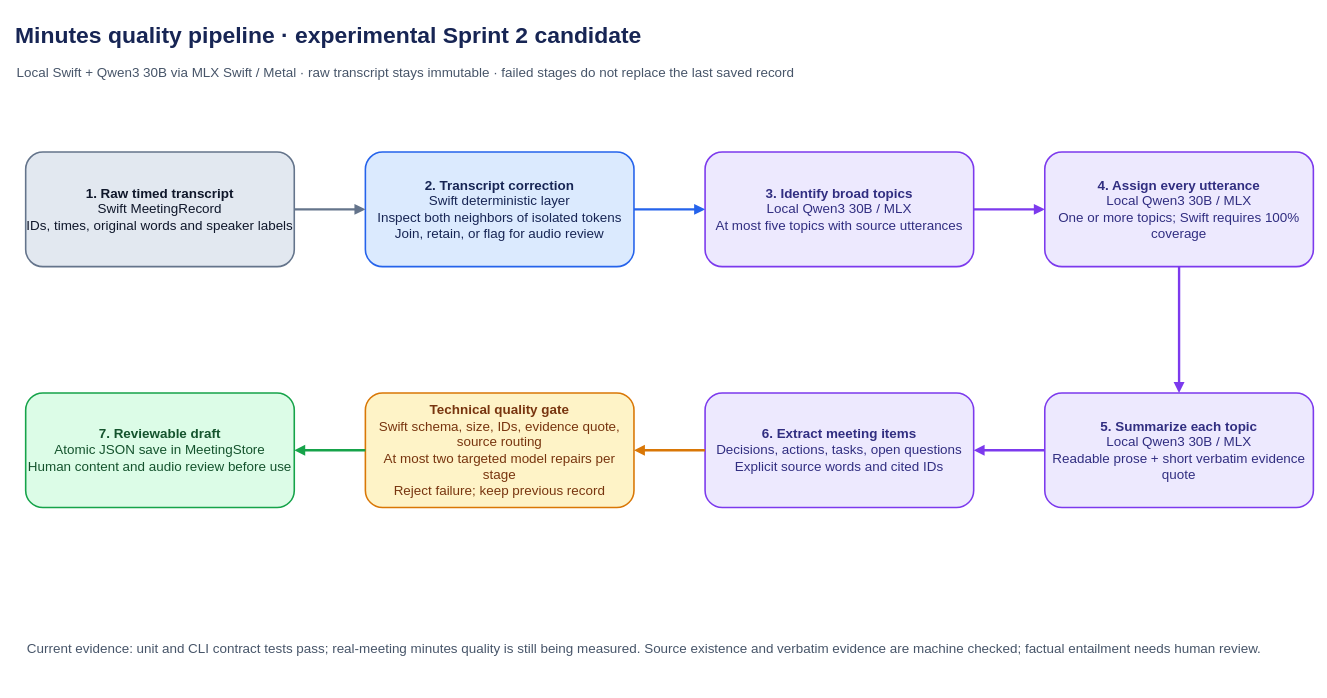
This is page "Minutes quality controls" (2 of 2) of docs/architecture_overview.drawio from rstyczynski/meeting_minutes, a draw.io file, before an edit. Source tidied: cells renumbered, new cells numbered last; positions are measured from the earlier drawing's top-left corner, leaving out a move shared by most shapes. Both pictures are drawn from the tidied source at 79%, with x=0, y=0 at pixel (13, 13).
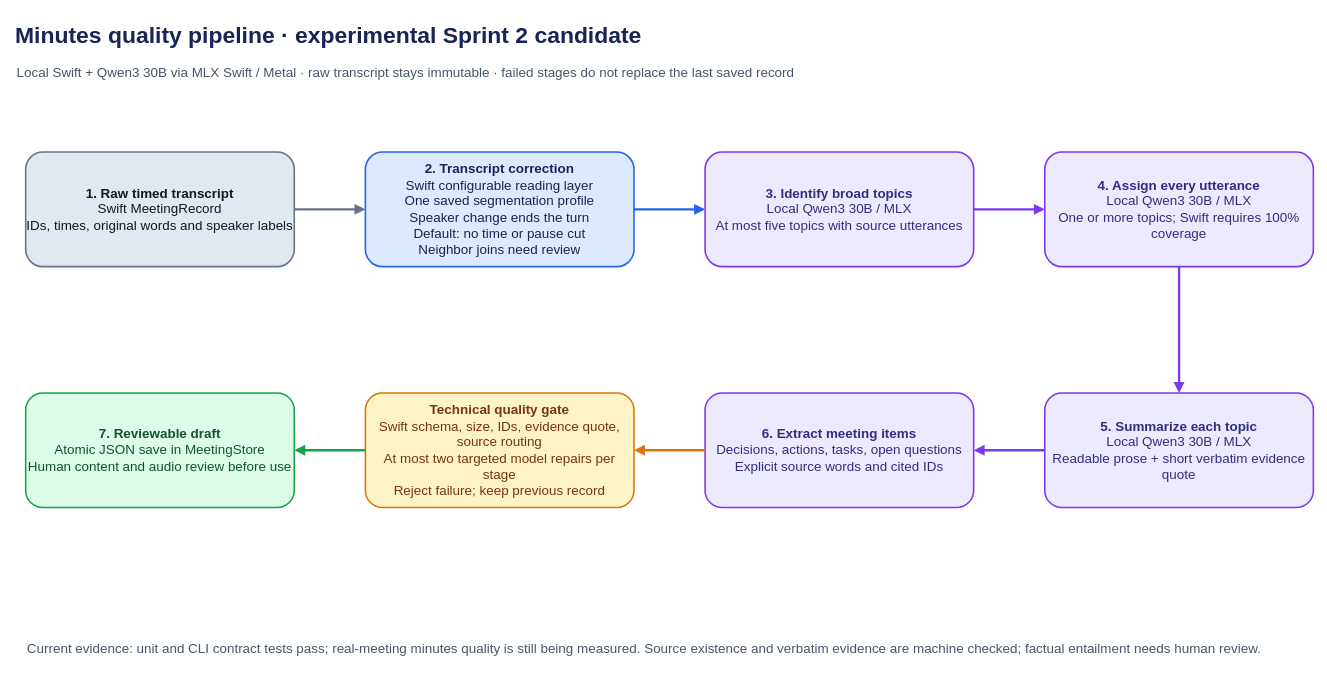
After the change.

Diff of the diagram source:
```diff
@@
 <mxGraphModel>
   <root>
     <mxCell id="0" />
     <mxCell id="1" parent="0" />
     <mxCell id="2" value="Minutes quality pipeline · experimental Sprint 2 candidate" style="text;html=1;align=left;verticalAlign=middle;fontFamily=Helvetica;fontSize=29;fontStyle=1;fontColor=#172554;" parent="1" vertex="1">
       <mxGeometry width="1500" height="55" as="geometry" />
     </mxCell>
     <mxCell id="3" value="Local Swift + Qwen3 30B via MLX Swift / Metal · raw transcript stays immutable · failed stages do not replace the last saved record" style="text;html=1;align=left;verticalAlign=middle;fontFamily=Helvetica;fontSize=17;fontColor=#475569;" parent="1" vertex="1">
       <mxGeometry x="2" y="57" width="1550" height="35" as="geometry" />
     </mxCell>
     <mxCell id="4" value="&lt;b&gt;1. Raw timed transcript&lt;/b&gt;&lt;br&gt;Swift MeetingRecord&lt;br&gt;IDs, times, original words and speaker labels" style="rounded=1;whiteSpace=wrap;html=1;fillColor=#E2E8F0;strokeColor=#64748B;strokeWidth=2;align=center;verticalAlign=middle;fontFamily=Helvetica;fontSize=17;fontColor=#0F172A;" parent="1" vertex="1">
       <mxGeometry x="15" y="175" width="340" height="145" as="geometry" />
     </mxCell>
-    <mxCell id="5" value="&lt;b&gt;2. Transcript correction&lt;/b&gt;&lt;br&gt;Swift deterministic layer&lt;br&gt;Inspect both neighbors of isolated tokens&lt;br&gt;Join, retain, or flag for audio review" style="rounded=1;whiteSpace=wrap;html=1;fillColor=#DBEAFE;strokeColor=#2563EB;strokeWidth=2;align=center;verticalAlign=middle;fontFamily=Helvetica;fontSize=17;fontColor=#172554;" parent="1" vertex="1">
+    <mxCell id="5" value="&lt;b&gt;2. Transcript correction&lt;/b&gt;&lt;br&gt;Swift configurable reading layer&lt;br&gt;One saved segmentation profile&lt;br&gt;Speaker change ends the turn&lt;br&gt;Default: no time or pause cut&lt;br&gt;Neighbor joins need review" style="rounded=1;whiteSpace=wrap;html=1;fillColor=#DBEAFE;strokeColor=#2563EB;strokeWidth=2;align=center;verticalAlign=middle;fontFamily=Helvetica;fontSize=17;fontColor=#172554;" parent="1" vertex="1">
       <mxGeometry x="445" y="175" width="340" height="145" as="geometry" />
     </mxCell>
     <mxCell id="6" value="&lt;b&gt;3. Identify broad topics&lt;/b&gt;&lt;br&gt;Local Qwen3 30B / MLX&lt;br&gt;At most five topics with source utterances" style="rounded=1;whiteSpace=wrap;html=1;fillColor=#EDE9FE;strokeColor=#7C3AED;strokeWidth=2;align=center;verticalAlign=middle;fontFamily=Helvetica;fontSize=17;fontColor=#312E81;" parent="1" vertex="1">
       <mxGeometry x="875" y="175" width="340" height="145" as="geometry" />
     </mxCell>
     <mxCell id="7" value="&lt;b&gt;4. Assign every utterance&lt;/b&gt;&lt;br&gt;Local Qwen3 30B / MLX&lt;br&gt;One or more topics; Swift requires 100% coverage" style="rounded=1;whiteSpace=wrap;html=1;fillColor=#EDE9FE;strokeColor=#7C3AED;strokeWidth=2;align=center;verticalAlign=middle;fontFamily=Helvetica;fontSize=17;fontColor=#312E81;" parent="1" vertex="1">
       <mxGeometry x="1305" y="175" width="340" height="145" as="geometry" />
     </mxCell>
     <mxCell id="8" value="&lt;b&gt;5. Summarize each topic&lt;/b&gt;&lt;br&gt;Local Qwen3 30B / MLX&lt;br&gt;Readable prose + short verbatim evidence quote" style="rounded=1;whiteSpace=wrap;html=1;fillColor=#EDE9FE;strokeColor=#7C3AED;strokeWidth=2;align=center;verticalAlign=middle;fontFamily=Helvetica;fontSize=17;fontColor=#312E81;" parent="1" vertex="1">
       <mxGeometry x="1305" y="480" width="340" height="145" as="geometry" />
     </mxCell>
     <mxCell id="9" value="&lt;b&gt;6. Extract meeting items&lt;/b&gt;&lt;br&gt;Decisions, actions, tasks, open questions&lt;br&gt;Explicit source words and cited IDs" style="rounded=1;whiteSpace=wrap;html=1;fillColor=#EDE9FE;strokeColor=#7C3AED;strokeWidth=2;align=center;verticalAlign=middle;fontFamily=Helvetica;fontSize=17;fontColor=#312E81;" parent="1" vertex="1">
       <mxGeometry x="875" y="480" width="340" height="145" as="geometry" />
     </mxCell>
     <mxCell id="10" value="&lt;b&gt;Technical quality gate&lt;/b&gt;&lt;br&gt;Swift schema, size, IDs, evidence quote, source routing&lt;br&gt;At most two targeted model repairs per stage&lt;br&gt;Reject failure; keep previous record" style="rounded=1;whiteSpace=wrap;html=1;fillColor=#FEF3C7;strokeColor=#D97706;strokeWidth=2;align=center;verticalAlign=middle;fontFamily=Helvetica;fontSize=17;fontColor=#78350F;" parent="1" vertex="1">
       <mxGeometry x="445" y="480" width="340" height="145" as="geometry" />
     </mxCell>
     <mxCell id="11" value="&lt;b&gt;7. Reviewable draft&lt;/b&gt;&lt;br&gt;Atomic JSON save in MeetingStore&lt;br&gt;Human content and audio review before use" style="rounded=1;whiteSpace=wrap;html=1;fillColor=#DCFCE7;strokeColor=#16A34A;strokeWidth=2;align=center;verticalAlign=middle;fontFamily=Helvetica;fontSize=17;fontColor=#14532D;" parent="1" vertex="1">
       <mxGeometry x="15" y="480" width="340" height="145" as="geometry" />
     </mxCell>
     <mxCell id="12" value="Current evidence: unit and CLI contract tests pass; real-meeting minutes quality is still being measured. Source existence and verbatim evidence are machine checked; factual entailment needs human review." style="text;html=1;align=left;verticalAlign=middle;whiteSpace=wrap;fontFamily=Helvetica;fontSize=17;fontColor=#475569;" parent="1" vertex="1">
       <mxGeometry x="15" y="760" width="1570" height="90" as="geometry" />
     </mxCell>
     <mxCell id="13" style="edgeStyle=orthogonalEdgeStyle;endArrow=block;strokeColor=#64748B;strokeWidth=3;" parent="1" edge="1" source="4" target="5">
       <mxGeometry relative="1" as="geometry" />
     </mxCell>
     <mxCell id="14" style="edgeStyle=orthogonalEdgeStyle;endArrow=block;strokeColor=#2563EB;strokeWidth=3;" parent="1" edge="1" source="5" target="6">
       <mxGeometry relative="1" as="geometry" />
     </mxCell>
     <mxCell id="15" style="edgeStyle=orthogonalEdgeStyle;endArrow=block;strokeColor=#7C3AED;strokeWidth=3;" parent="1" edge="1" source="6" target="7">
       <mxGeometry relative="1" as="geometry" />
     </mxCell>
     <mxCell id="16" style="edgeStyle=orthogonalEdgeStyle;endArrow=block;strokeColor=#7C3AED;strokeWidth=3;" parent="1" edge="1" source="7" target="8">
       <mxGeometry relative="1" as="geometry" />
     </mxCell>
     <mxCell id="17" style="edgeStyle=orthogonalEdgeStyle;endArrow=block;strokeColor=#7C3AED;strokeWidth=3;" parent="1" edge="1" source="8" target="9">
       <mxGeometry relative="1" as="geometry" />
     </mxCell>
     <mxCell id="18" style="edgeStyle=orthogonalEdgeStyle;endArrow=block;strokeColor=#D97706;strokeWidth=3;" parent="1" edge="1" source="9" target="10">
       <mxGeometry relative="1" as="geometry" />
     </mxCell>
     <mxCell id="19" style="edgeStyle=orthogonalEdgeStyle;endArrow=block;strokeColor=#16A34A;strokeWidth=3;" parent="1" edge="1" source="10" target="11">
       <mxGeometry relative="1" as="geometry" />
     </mxCell>
   </root>
 </mxGraphModel>
```
